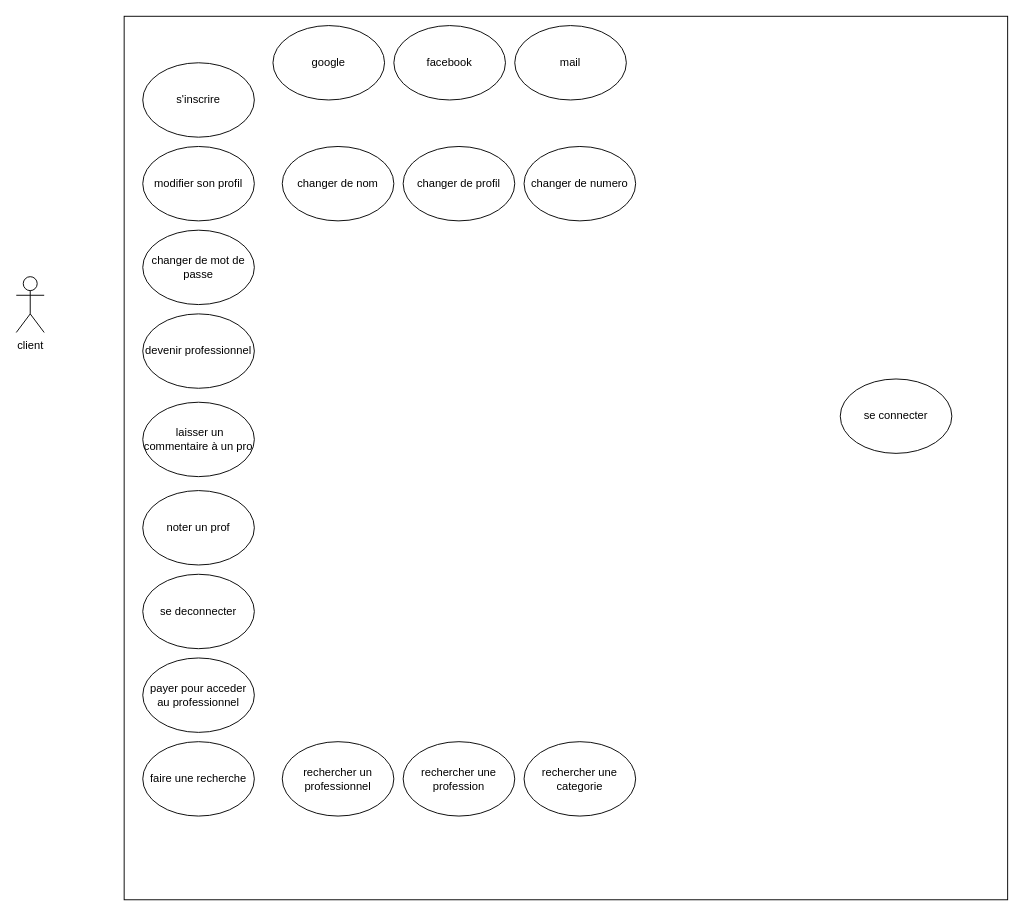
The draw.io diagram Diagramme sans nom.drawio in NasserObm/BonContact, before the edit. Source tidied: cells renumbered, new cells numbered last; positions are measured from the earlier drawing's top-left corner, leaving out a move shared by most shapes. Both pictures are drawn from the tidied source at 93%, with x=0, y=0 at pixel (16, 16).
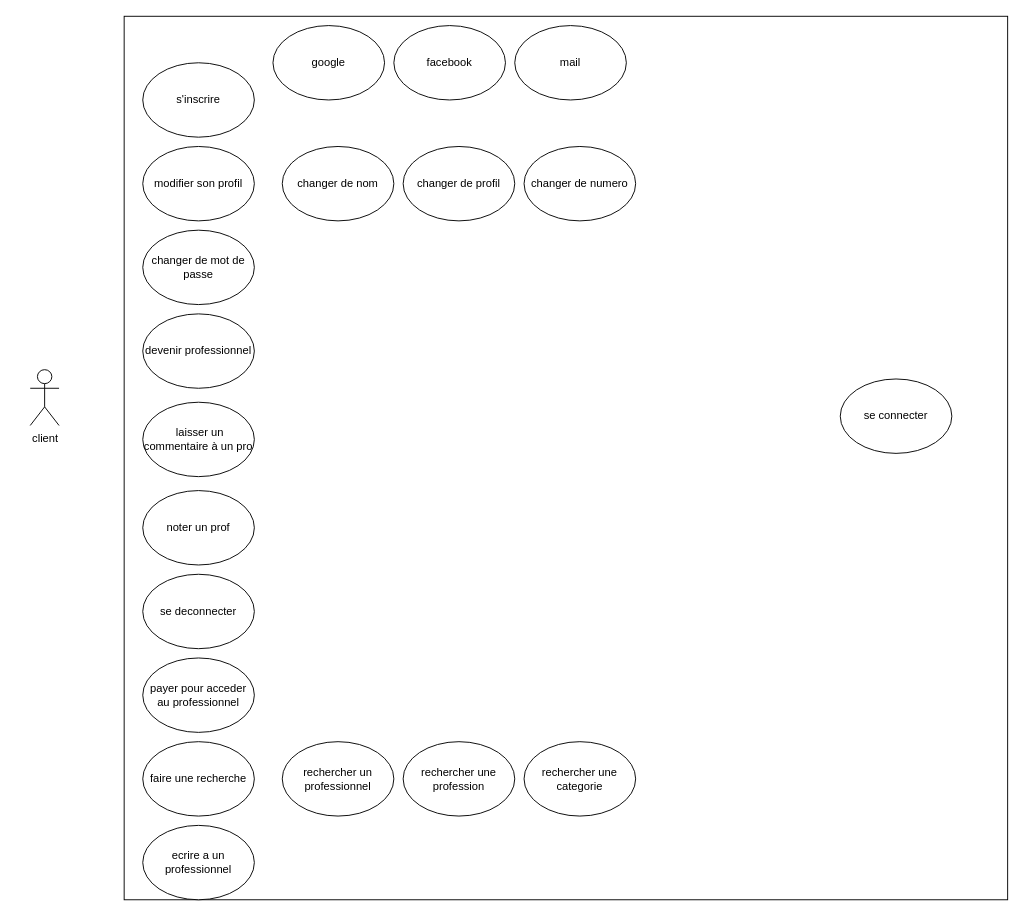
The same page after the edit.

Commit message (it also covers changes not shown here):
Mettre à jour Diagramme sans nom.drawio

Change to the diagram source:
```diff
@@
-    <mxCell id="3" value="client" style="shape=umlActor;verticalLabelPosition=bottom;verticalAlign=top;html=1;" parent="1" vertex="1">
-      <mxGeometry y="280" width="30" height="60" as="geometry" />
+    <mxCell id="3" value="client" style="shape=umlActor;verticalLabelPosition=bottom;verticalAlign=top;html=1;direction=east;" parent="1" vertex="1">
+      <mxGeometry x="15" y="380" width="31" height="60" as="geometry" />
     </mxCell>
@@
+    <mxCell id="23" value="ecrire a un professionnel" style="ellipse;whiteSpace=wrap;html=1;" parent="1" vertex="1">
+      <mxGeometry x="136" y="870" width="120" height="80" as="geometry" />
+    </mxCell>
```
